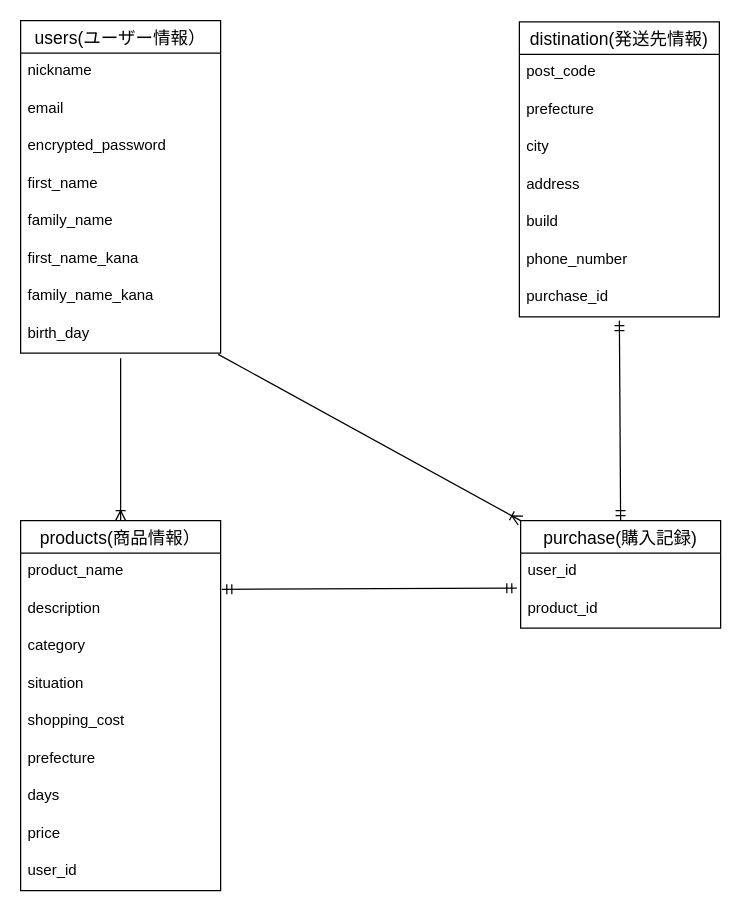
Above: page "ページ2" (2 of 2) of test.dio in naoki0811/furima-38544 (draw.io), before the change. Source tidied: cells renumbered, new cells numbered last; positions are measured from the earlier drawing's top-left corner, leaving out a move shared by most shapes. Both pictures are drawn from the tidied source at 125%, with x=0, y=0 at pixel (20, 20).
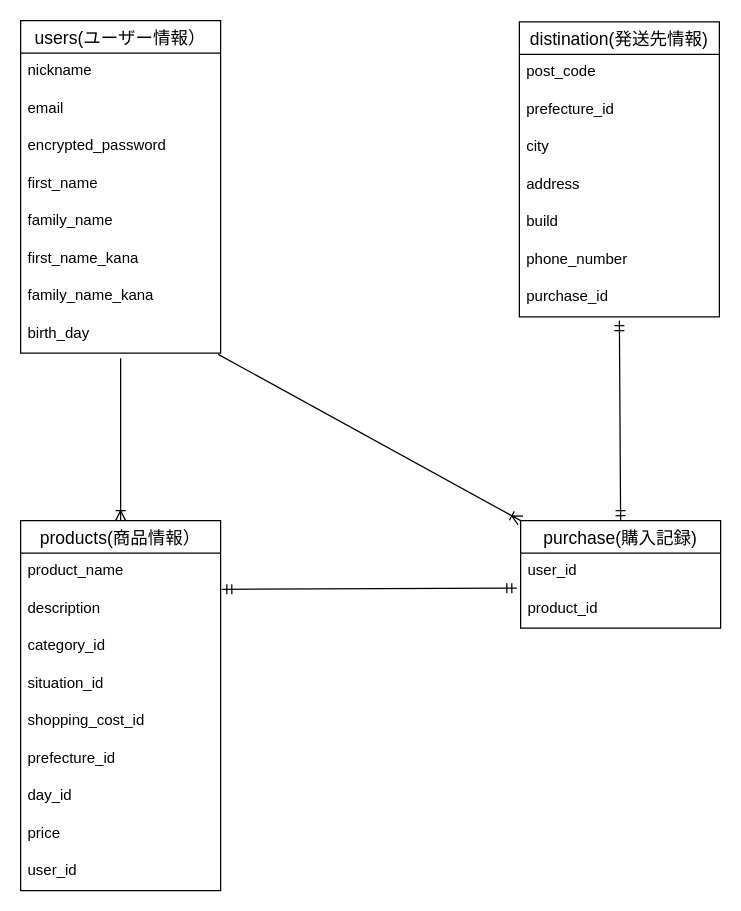
After the change.

Commit message (it also covers changes not shown here):
データベース修正２

Unchanged cells that the change refers to:
```xml
<mxCell id="11" value="distination(発送先情報)" style="swimlane;fontStyle=0;horizontal=1;startSize=26;align=center;fontSize=14;" parent="1" vertex="1">
  <mxGeometry x="399" y="1" width="160" height="236" as="geometry" />
</mxCell>
<mxCell id="19" value="products(商品情報）" style="swimlane;fontStyle=0;horizontal=1;startSize=26;align=center;fontSize=14;" parent="1" vertex="1">
  <mxGeometry y="400" width="160" height="296" as="geometry" />
</mxCell>
```

The edit, as a diff of the source:
```diff
@@
-    <mxCell id="13" value="prefecture" style="text;strokeColor=none;fillColor=none;spacingLeft=4;spacingRight=4;overflow=hidden;fontSize=12;" parent="11" vertex="1">
+    <mxCell id="13" value="prefecture_id" style="text;strokeColor=none;fillColor=none;spacingLeft=4;spacingRight=4;overflow=hidden;fontSize=12;" parent="11" vertex="1">
       <mxGeometry y="56" width="160" height="30" as="geometry" />
     </mxCell>
@@
-    <mxCell id="22" value="category" style="text;strokeColor=none;fillColor=none;spacingLeft=4;spacingRight=4;overflow=hidden;fontSize=12;" parent="19" vertex="1">
+    <mxCell id="22" value="category_id" style="text;strokeColor=none;fillColor=none;spacingLeft=4;spacingRight=4;overflow=hidden;fontSize=12;" parent="19" vertex="1">
       <mxGeometry y="86" width="160" height="30" as="geometry" />
     </mxCell>
-    <mxCell id="23" value="situation" style="text;strokeColor=none;fillColor=none;spacingLeft=4;spacingRight=4;overflow=hidden;fontSize=12;" parent="19" vertex="1">
+    <mxCell id="23" value="situation_id" style="text;strokeColor=none;fillColor=none;spacingLeft=4;spacingRight=4;overflow=hidden;fontSize=12;" parent="19" vertex="1">
       <mxGeometry y="116" width="160" height="30" as="geometry" />
     </mxCell>
-    <mxCell id="24" value="shopping_cost" style="text;strokeColor=none;fillColor=none;spacingLeft=4;spacingRight=4;overflow=hidden;fontSize=12;" parent="19" vertex="1">
+    <mxCell id="24" value="shopping_cost_id" style="text;strokeColor=none;fillColor=none;spacingLeft=4;spacingRight=4;overflow=hidden;fontSize=12;" parent="19" vertex="1">
       <mxGeometry y="146" width="160" height="30" as="geometry" />
     </mxCell>
-    <mxCell id="25" value="prefecture" style="text;strokeColor=none;fillColor=none;spacingLeft=4;spacingRight=4;overflow=hidden;fontSize=12;" parent="19" vertex="1">
+    <mxCell id="25" value="prefecture_id" style="text;strokeColor=none;fillColor=none;spacingLeft=4;spacingRight=4;overflow=hidden;fontSize=12;" parent="19" vertex="1">
       <mxGeometry y="176" width="160" height="30" as="geometry" />
     </mxCell>
-    <mxCell id="26" value="days" style="text;strokeColor=none;fillColor=none;spacingLeft=4;spacingRight=4;overflow=hidden;fontSize=12;" parent="19" vertex="1">
+    <mxCell id="26" value="day_id" style="text;strokeColor=none;fillColor=none;spacingLeft=4;spacingRight=4;overflow=hidden;fontSize=12;" parent="19" vertex="1">
       <mxGeometry y="206" width="160" height="30" as="geometry" />
     </mxCell>
```
